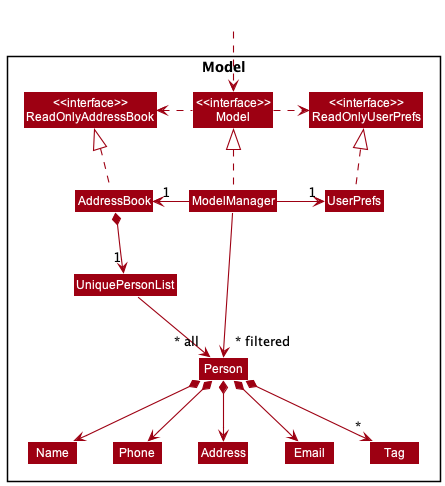
Before: docs/images/ModelClassDiagram.png, a diagram exported from PlantUML (nus-cs2103-AY2223S2/tp).
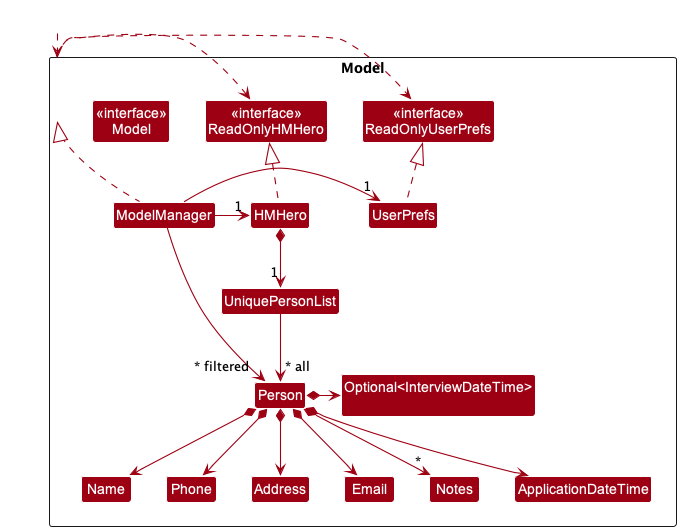
The same diagram one commit later.

The edit, as a diff of the source:
```diff
@@ -5,10 +5,10 @@
 skinparam classBackgroundColor MODEL_COLOR
 
 Package Model <<Rectangle>>{
-Class "<<interface>>\nReadOnlyAddressBook" as ReadOnlyAddressBook
+Class "<<interface>>\nReadOnlyHMHero" as ReadOnlyHMHero
 Class "<<interface>>\nReadOnlyUserPrefs" as ReadOnlyUserPrefs
 Class "<<interface>>\nModel" as Model
-Class AddressBook
+Class HMHero
 Class ModelManager
 Class UserPrefs
 
@@ -18,29 +18,33 @@
 Class Email
 Class Name
 Class Phone
-Class Tag
-
+Class Notes
+Class ApplicationDateTime
+Class "Optional<InterviewDateTime>\n" as datetime
 }
 
 Class HiddenOutside #FFFFFF
 HiddenOutside ..> Model
 
-AddressBook .up.|> ReadOnlyAddressBook
+HMHero .up.|> ReadOnlyHMHero
 
 ModelManager .up.|> Model
 Model .right.> ReadOnlyUserPrefs
-Model .left.> ReadOnlyAddressBook
-ModelManager -left-> "1" AddressBook
+Model .left.> ReadOnlyHMHero
+ModelManager -left-> "1" HMHero
 ModelManager -right-> "1" UserPrefs
 UserPrefs .up.|> ReadOnlyUserPrefs
 
-AddressBook *--> "1" UniquePersonList
+HMHero *--> "1" UniquePersonList
 UniquePersonList --> "~* all" Person
 Person *--> Name
 Person *--> Phone
 Person *--> Email
 Person *--> Address
-Person *--> "*" Tag
+Person *-> datetime
+Person *--> "*" Notes
+Person *--> ApplicationDateTime
+
 
 Name -[hidden]right-> Phone
 Phone -[hidden]right-> Address
```
